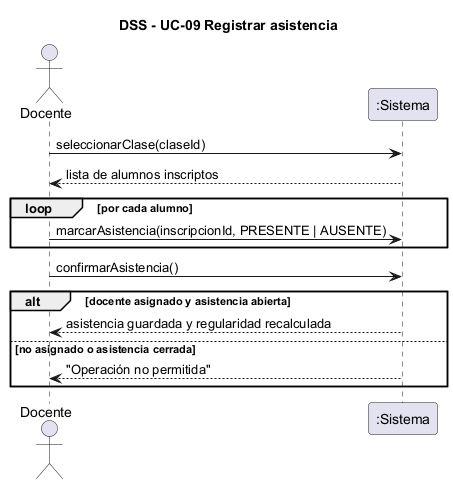
Above: document/diagramas/dss-registrar-asistencia.png in ISMAELALTHENOFER/BACKOFFICE-ACADEMICO-ITEC-N-1 (PlantUML), before the change. Source of this version:
```plantuml
@startuml dss-registrar-asistencia
skinparam shadowing false
title DSS - UC-09 Registrar asistencia
actor "Docente" as U
participant ":Sistema" as S
U -> S : seleccionarClase(claseId)
S --> U : lista de alumnos inscriptos
loop por cada alumno
  U -> S : marcarAsistencia(inscripcionId, PRESENTE | AUSENTE)
end
U -> S : confirmarAsistencia()
alt docente asignado y asistencia abierta
  S --> U : asistencia guardada y regularidad recalculada
else no asignado o asistencia cerrada
  S --> U : "Operación no permitida"
end
@enduml
```
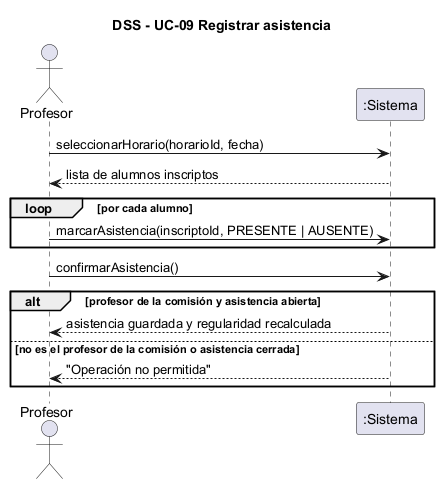
The same file after the commit.

The edit, as a diff of the source:
```diff
@@ -1,17 +1,17 @@
 @startuml dss-registrar-asistencia
 skinparam shadowing false
 title DSS - UC-09 Registrar asistencia
-actor "Docente" as U
+actor "Profesor" as U
 participant ":Sistema" as S
-U -> S : seleccionarClase(claseId)
+U -> S : seleccionarHorario(horarioId, fecha)
 S --> U : lista de alumnos inscriptos
 loop por cada alumno
-  U -> S : marcarAsistencia(inscripcionId, PRESENTE | AUSENTE)
+  U -> S : marcarAsistencia(inscriptoId, PRESENTE | AUSENTE)
 end
 U -> S : confirmarAsistencia()
-alt docente asignado y asistencia abierta
+alt profesor de la comisión y asistencia abierta
   S --> U : asistencia guardada y regularidad recalculada
-else no asignado o asistencia cerrada
+else no es el profesor de la comisión o asistencia cerrada
   S --> U : "Operación no permitida"
 end
 @enduml
```
